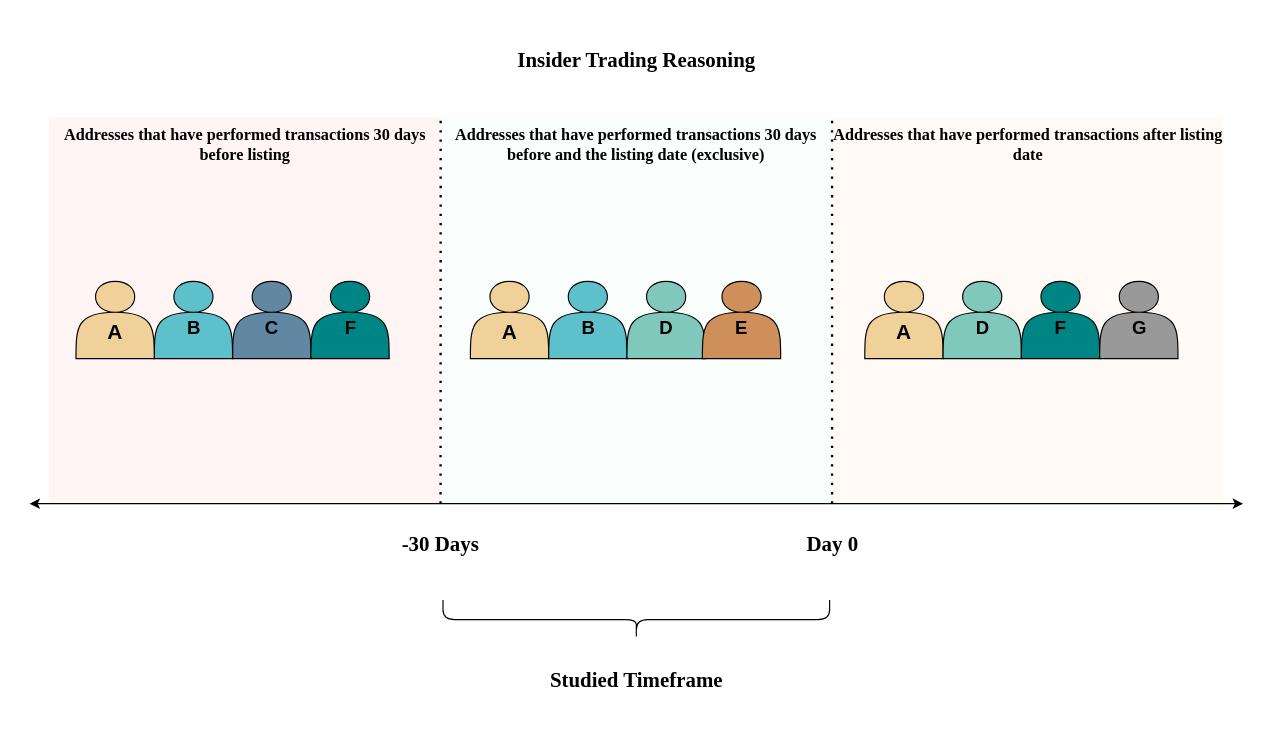
The draw.io diagram Diagrams/Insider Trading Reasoning.drawio in juancamilordg/Cryptocurrency, before the edit. Source tidied: cells renumbered, new cells numbered last; positions are measured from the earlier drawing's top-left corner, leaving out a move shared by most shapes. Both pictures are drawn from the tidied source at 116%, with x=0, y=0 at pixel (29, 20).
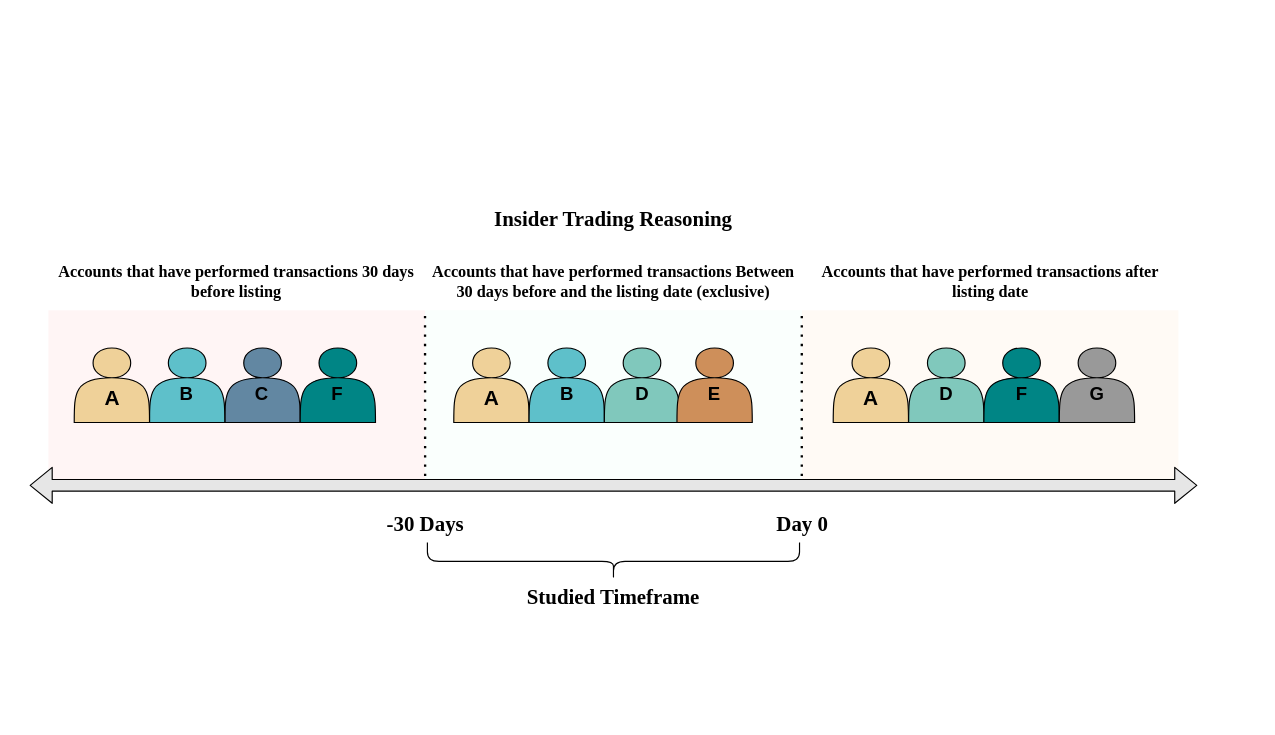
The same page after the edit.

What changed in the source:
```diff
@@
-    <mxCell id="2" style="group;" parent="1" vertex="1">
-      <mxGeometry width="1046.1" height="600" as="geometry" />
-    </mxCell>
-    <mxCell id="3" style="shape=ext;double=1;rounded=0;whiteSpace=wrap;html=1;fontFamily=Times New Roman;fontSize=18;fillColor=#FFFAF5;strokeColor=none;" parent="2" vertex="1">
-      <mxGeometry x="691.8" y="83.3" width="337.5" height="333.3" as="geometry" />
+    <mxCell id="3" style="shape=ext;double=1;rounded=0;whiteSpace=wrap;html=1;fontFamily=Times New Roman;fontSize=18;fillColor=#FFFAF5;strokeColor=none;" parent="1" vertex="1">
+      <mxGeometry x="665.7" y="250" width="324.7" height="150.9" as="geometry" />
     </mxCell>
-    <mxCell id="4" style="shape=ext;double=1;rounded=0;whiteSpace=wrap;html=1;fontFamily=Times New Roman;fontSize=18;fillColor=#FFF5F5;strokeColor=none;" parent="2" vertex="1">
-      <mxGeometry x="16.9" y="83.3" width="337.5" height="333.3" as="geometry" />
+    <mxCell id="4" style="shape=ext;double=1;rounded=0;whiteSpace=wrap;html=1;fontFamily=Times New Roman;fontSize=18;fillColor=#FFF5F5;strokeColor=none;" parent="1" vertex="1">
+      <mxGeometry x="16.2" y="250" width="324.7" height="150.9" as="geometry" />
     </mxCell>
-    <mxCell id="5" style="shape=ext;double=1;rounded=0;whiteSpace=wrap;html=1;fontFamily=Times New Roman;fontSize=18;fillColor=#FAFFFD;strokeColor=none;" parent="2" vertex="1">
-      <mxGeometry x="354.3" y="83.3" width="337.5" height="333.3" as="geometry" />
+    <mxCell id="5" style="shape=ext;double=1;rounded=0;whiteSpace=wrap;html=1;fontFamily=Times New Roman;fontSize=18;fillColor=#FAFFFD;strokeColor=none;" parent="1" vertex="1">
+      <mxGeometry x="341" y="250" width="324.7" height="150.9" as="geometry" />
     </mxCell>
-    <mxCell id="6" value="&lt;font style=&quot;font-size: 18px&quot; face=&quot;Times New Roman&quot;&gt;Insider Trading Reasoning&lt;/font&gt;" style="text;strokeColor=none;fillColor=none;html=1;fontSize=24;fontStyle=1;verticalAlign=middle;align=center;" parent="2" vertex="1">
-      <mxGeometry x="16.9" width="1012.4" height="66.7" as="geometry" />
+    <mxCell id="6" value="&lt;font style=&quot;font-size: 18px&quot; face=&quot;Times New Roman&quot;&gt;Insider Trading Reasoning&lt;/font&gt;" style="text;strokeColor=none;fillColor=none;html=1;fontSize=24;fontStyle=1;verticalAlign=middle;align=center;" parent="1" vertex="1">
+      <mxGeometry x="16.2" y="137.7" width="974.2" height="64.2" as="geometry" />
     </mxCell>
-    <mxCell id="7" value="&lt;font face=&quot;Times New Roman&quot;&gt;&lt;span style=&quot;font-size: 18px&quot;&gt;Day 0&lt;/span&gt;&lt;/font&gt;" style="text;strokeColor=none;fillColor=none;html=1;fontSize=24;fontStyle=1;verticalAlign=middle;align=center;" parent="2" vertex="1">
-      <mxGeometry x="607.4" y="416.7" width="168.7" height="66.7" as="geometry" />
+    <mxCell id="7" value="&lt;font face=&quot;Times New Roman&quot;&gt;&lt;span style=&quot;font-size: 18px&quot;&gt;Day 0&lt;/span&gt;&lt;/font&gt;" style="text;strokeColor=none;fillColor=none;html=1;fontSize=24;fontStyle=1;verticalAlign=middle;align=center;" parent="1" vertex="1">
+      <mxGeometry x="584.5" y="400.9" width="162.4" height="64.2" as="geometry" />
     </mxCell>
-    <mxCell id="8" style="endArrow=none;dashed=1;html=1;dashPattern=1 3;strokeWidth=2;fontFamily=Times New Roman;fontSize=18;entryX=0;entryY=0;entryDx=0;entryDy=0;" parent="2" edge="1" target="3">
+    <mxCell id="8" style="endArrow=none;dashed=1;html=1;dashPattern=1 3;strokeWidth=2;fontFamily=Times New Roman;fontSize=18;entryX=0;entryY=0;entryDx=0;entryDy=0;" parent="1" edge="1" target="3">
       <mxGeometry relative="1" as="geometry">
-        <mxPoint x="691.8" y="416.7" as="sourcePoint" />
+        <mxPoint x="665.7" y="400.9" as="sourcePoint" />
       </mxGeometry>
     </mxCell>
-    <mxCell id="9" style="endArrow=none;dashed=1;html=1;dashPattern=1 3;strokeWidth=2;fontFamily=Times New Roman;fontSize=18;entryX=1;entryY=0;entryDx=0;entryDy=0;" parent="2" edge="1" target="4">
+    <mxCell id="9" style="endArrow=none;dashed=1;html=1;dashPattern=1 3;strokeWidth=2;fontFamily=Times New Roman;fontSize=18;entryX=1;entryY=0;entryDx=0;entryDy=0;shadow=0;" parent="1" edge="1" target="4">
       <mxGeometry relative="1" as="geometry">
-        <mxPoint x="354.3" y="416.7" as="sourcePoint" />
+        <mxPoint x="341" y="400.9" as="sourcePoint" />
       </mxGeometry>
     </mxCell>
-    <mxCell id="10" value="&lt;font face=&quot;Times New Roman&quot;&gt;&lt;span style=&quot;font-size: 18px&quot;&gt;-30 Days&lt;/span&gt;&lt;/font&gt;" style="text;strokeColor=none;fillColor=none;html=1;fontSize=24;fontStyle=1;verticalAlign=middle;align=center;" parent="2" vertex="1">
-      <mxGeometry x="270" y="416.7" width="168.7" height="66.7" as="geometry" />
+    <mxCell id="10" value="&lt;font face=&quot;Times New Roman&quot;&gt;&lt;span style=&quot;font-size: 18px&quot;&gt;-30 Days&lt;/span&gt;&lt;/font&gt;" style="text;strokeColor=none;fillColor=none;html=1;fontSize=24;fontStyle=1;verticalAlign=middle;align=center;" parent="1" vertex="1">
+      <mxGeometry x="259.8" y="400.9" width="162.4" height="64.2" as="geometry" />
     </mxCell>
-    <mxCell id="11" style="shape=curlyBracket;whiteSpace=wrap;html=1;rounded=1;flipH=1;fontFamily=Times New Roman;fontSize=18;fillColor=#B3B3B3;rotation=90;" parent="2" vertex="1">
-      <mxGeometry x="506.2" y="350" width="33.7" height="333.3" as="geometry" />
+    <mxCell id="11" style="shape=curlyBracket;whiteSpace=wrap;html=1;rounded=1;flipH=1;fontFamily=Times New Roman;fontSize=18;fillColor=#B3B3B3;rotation=90;" parent="1" vertex="1">
+      <mxGeometry x="487.1" y="306" width="32.5" height="320.8" as="geometry" />
     </mxCell>
-    <mxCell id="12" value="&lt;font face=&quot;Times New Roman&quot;&gt;&lt;span style=&quot;font-size: 18px&quot;&gt;Studied Timeframe&lt;/span&gt;&lt;/font&gt;" style="text;strokeColor=none;fillColor=none;html=1;fontSize=24;fontStyle=1;verticalAlign=middle;align=center;" parent="2" vertex="1">
-      <mxGeometry x="438.7" y="533.3" width="168.7" height="66.7" as="geometry" />
+    <mxCell id="12" value="&lt;font face=&quot;Times New Roman&quot;&gt;&lt;span style=&quot;font-size: 18px&quot;&gt;Studied Timeframe&lt;/span&gt;&lt;/font&gt;" style="text;strokeColor=none;fillColor=none;html=1;fontSize=24;fontStyle=1;verticalAlign=middle;align=center;" parent="1" vertex="1">
+      <mxGeometry x="422.1" y="481.1" width="162.4" height="28.9" as="geometry" />
     </mxCell>
-    <mxCell id="13" style="endArrow=classic;startArrow=classic;html=1;fontFamily=Times New Roman;fontSize=18;" parent="2" edge="1">
+    <mxCell id="13" style="endArrow=classic;startArrow=classic;html=1;fontFamily=Times New Roman;fontSize=18;shape=flexArrow;fillColor=#E6E6E6;" parent="1" edge="1">
       <mxGeometry relative="1" as="geometry">
-        <mxPoint y="416.7" as="sourcePoint" />
-        <mxPoint x="1046.1" y="416.7" as="targetPoint" />
+        <mxPoint y="400.9" as="sourcePoint" />
+        <mxPoint x="1006.7" y="400.9" as="targetPoint" />
       </mxGeometry>
     </mxCell>
-    <mxCell id="14" value="&lt;span&gt;Addresses that have performed transactions 30 days before listing&lt;/span&gt;" style="text;html=1;strokeColor=none;fillColor=none;align=center;verticalAlign=middle;whiteSpace=wrap;rounded=0;fontFamily=Times New Roman;fontSize=14;fontStyle=1;" parent="2" vertex="1">
-      <mxGeometry x="16.9" y="83.3" width="337.5" height="50" as="geometry" />
+    <mxCell id="14" value="&lt;span&gt;Accounts that have performed transactions 30 days before listing&lt;/span&gt;" style="text;html=1;strokeColor=none;fillColor=none;align=center;verticalAlign=middle;whiteSpace=wrap;rounded=0;fontFamily=Times New Roman;fontSize=14;fontStyle=1;" parent="1" vertex="1">
+      <mxGeometry x="16.2" y="201.9" width="324.7" height="48.1" as="geometry" />
     </mxCell>
-    <mxCell id="15" value="&lt;span&gt;Addresses that have performed transactions after listing date&lt;/span&gt;" style="text;html=1;strokeColor=none;fillColor=none;align=center;verticalAlign=middle;whiteSpace=wrap;rounded=0;fontFamily=Times New Roman;fontSize=14;fontStyle=1;" parent="2" vertex="1">
-      <mxGeometry x="691.8" y="83.3" width="337.5" height="50" as="geometry" />
+    <mxCell id="15" value="&lt;span&gt;Accounts that have performed transactions after listing date&lt;/span&gt;" style="text;html=1;strokeColor=none;fillColor=none;align=center;verticalAlign=middle;whiteSpace=wrap;rounded=0;fontFamily=Times New Roman;fontSize=14;fontStyle=1;" parent="1" vertex="1">
+      <mxGeometry x="665.7" y="201.9" width="324.7" height="48.1" as="geometry" />
     </mxCell>
-    <mxCell id="16" value="&lt;span&gt;Addresses that have performed transactions 30 days before and the listing date (exclusive)&lt;/span&gt;" style="text;html=1;strokeColor=none;fillColor=none;align=center;verticalAlign=middle;whiteSpace=wrap;rounded=0;fontFamily=Times New Roman;fontSize=14;fontStyle=1;" parent="2" vertex="1">
-      <mxGeometry x="354.3" y="83.3" width="337.5" height="50" as="geometry" />
+    <mxCell id="16" value="&lt;span&gt;Accounts that have performed transactions Between 30 days before and the listing date (exclusive)&lt;/span&gt;" style="text;html=1;strokeColor=none;fillColor=none;align=center;verticalAlign=middle;whiteSpace=wrap;rounded=0;fontFamily=Times New Roman;fontSize=14;fontStyle=1;" parent="1" vertex="1">
+      <mxGeometry x="341" y="201.9" width="324.7" height="48.1" as="geometry" />
     </mxCell>
-    <mxCell id="17" value="&lt;br&gt;&lt;font size=&quot;3&quot;&gt;&lt;b&gt;C&lt;/b&gt;&lt;/font&gt;" style="shape=actor;whiteSpace=wrap;html=1;fillColor=#6287a2;" parent="2" vertex="1">
-      <mxGeometry x="175" y="225" width="67.5" height="66.7" as="geometry" />
+    <mxCell id="17" value="&lt;br&gt;&lt;font size=&quot;3&quot;&gt;&lt;b&gt;C&lt;/b&gt;&lt;/font&gt;" style="shape=actor;whiteSpace=wrap;html=1;fillColor=#6287a2;" parent="1" vertex="1">
+      <mxGeometry x="168.4" y="282.5" width="64.9" height="64.2" as="geometry" />
     </mxCell>
-    <mxCell id="18" value="&lt;br&gt;&lt;font size=&quot;3&quot;&gt;&lt;b&gt;B&lt;/b&gt;&lt;br&gt;&lt;/font&gt;" style="shape=actor;whiteSpace=wrap;html=1;fillColor=#5ec0ca;" parent="2" vertex="1">
-      <mxGeometry x="107.5" y="225" width="67.5" height="66.7" as="geometry" />
+    <mxCell id="18" value="&lt;br&gt;&lt;font size=&quot;3&quot;&gt;&lt;b&gt;B&lt;/b&gt;&lt;br&gt;&lt;/font&gt;" style="shape=actor;whiteSpace=wrap;html=1;fillColor=#5ec0ca;" parent="1" vertex="1">
+      <mxGeometry x="103.4" y="282.5" width="64.9" height="64.2" as="geometry" />
     </mxCell>
-    <mxCell id="19" value="&lt;font style=&quot;font-size: 18px&quot;&gt;&lt;b&gt;&lt;br&gt;A&lt;/b&gt;&lt;/font&gt;" style="shape=actor;whiteSpace=wrap;html=1;fillColor=#efd199;" parent="2" vertex="1">
-      <mxGeometry x="40" y="225" width="67.5" height="66.7" as="geometry" />
+    <mxCell id="19" value="&lt;font style=&quot;font-size: 18px&quot;&gt;&lt;b&gt;&lt;br&gt;A&lt;/b&gt;&lt;/font&gt;" style="shape=actor;whiteSpace=wrap;html=1;fillColor=#efd199;" parent="1" vertex="1">
+      <mxGeometry x="38.5" y="282.5" width="64.9" height="64.2" as="geometry" />
     </mxCell>
-    <mxCell id="20" value="&lt;font style=&quot;font-size: 18px&quot;&gt;&lt;b&gt;&lt;br&gt;A&lt;/b&gt;&lt;/font&gt;" style="shape=actor;whiteSpace=wrap;html=1;fillColor=#efd199;" parent="2" vertex="1">
-      <mxGeometry x="380" y="225" width="67.5" height="66.7" as="geometry" />
+    <mxCell id="20" value="&lt;font style=&quot;font-size: 18px&quot;&gt;&lt;b&gt;&lt;br&gt;A&lt;/b&gt;&lt;/font&gt;" style="shape=actor;whiteSpace=wrap;html=1;fillColor=#efd199;" parent="1" vertex="1">
+      <mxGeometry x="365.7" y="282.5" width="64.9" height="64.2" as="geometry" />
     </mxCell>
-    <mxCell id="21" value="&lt;font style=&quot;font-size: 18px&quot;&gt;&lt;b&gt;&lt;br&gt;A&lt;/b&gt;&lt;/font&gt;" style="shape=actor;whiteSpace=wrap;html=1;fillColor=#efd199;" parent="2" vertex="1">
-      <mxGeometry x="720" y="225" width="67.5" height="66.7" as="geometry" />
+    <mxCell id="21" value="&lt;font style=&quot;font-size: 18px&quot;&gt;&lt;b&gt;&lt;br&gt;A&lt;/b&gt;&lt;/font&gt;" style="shape=actor;whiteSpace=wrap;html=1;fillColor=#efd199;" parent="1" vertex="1">
+      <mxGeometry x="692.8" y="282.5" width="64.9" height="64.2" as="geometry" />
     </mxCell>
-    <mxCell id="22" value="&lt;br&gt;&lt;font size=&quot;3&quot;&gt;&lt;b&gt;B&lt;/b&gt;&lt;br&gt;&lt;/font&gt;" style="shape=actor;whiteSpace=wrap;html=1;fillColor=#5ec0ca;" parent="2" vertex="1">
-      <mxGeometry x="447.5" y="225" width="67.5" height="66.7" as="geometry" />
+    <mxCell id="22" value="&lt;br&gt;&lt;font size=&quot;3&quot;&gt;&lt;b&gt;B&lt;/b&gt;&lt;br&gt;&lt;/font&gt;" style="shape=actor;whiteSpace=wrap;html=1;fillColor=#5ec0ca;" parent="1" vertex="1">
+      <mxGeometry x="430.6" y="282.5" width="64.9" height="64.2" as="geometry" />
     </mxCell>
-    <mxCell id="23" value="&lt;br&gt;&lt;font size=&quot;3&quot;&gt;&lt;b&gt;D&lt;/b&gt;&lt;/font&gt;" style="shape=actor;whiteSpace=wrap;html=1;fillColor=#80c8bc;" parent="2" vertex="1">
-      <mxGeometry x="515" y="225" width="67.5" height="66.7" as="geometry" />
+    <mxCell id="23" value="&lt;br&gt;&lt;font size=&quot;3&quot;&gt;&lt;b&gt;D&lt;/b&gt;&lt;/font&gt;" style="shape=actor;whiteSpace=wrap;html=1;fillColor=#80c8bc;" parent="1" vertex="1">
+      <mxGeometry x="495.5" y="282.5" width="64.9" height="64.2" as="geometry" />
     </mxCell>
-    <mxCell id="24" value="&lt;br&gt;&lt;font size=&quot;3&quot;&gt;&lt;b&gt;D&lt;/b&gt;&lt;/font&gt;" style="shape=actor;whiteSpace=wrap;html=1;fillColor=#80c8bc;" parent="2" vertex="1">
-      <mxGeometry x="787.5" y="225" width="67.5" height="66.7" as="geometry" />
+    <mxCell id="24" value="&lt;br&gt;&lt;font size=&quot;3&quot;&gt;&lt;b&gt;D&lt;/b&gt;&lt;/font&gt;" style="shape=actor;whiteSpace=wrap;html=1;fillColor=#80c8bc;" parent="1" vertex="1">
+      <mxGeometry x="757.8" y="282.5" width="64.9" height="64.2" as="geometry" />
     </mxCell>
-    <mxCell id="25" value="&lt;br&gt;&lt;font size=&quot;3&quot;&gt;&lt;b&gt;F&lt;/b&gt;&lt;/font&gt;" style="shape=actor;whiteSpace=wrap;html=1;fillColor=#008585;" parent="2" vertex="1">
-      <mxGeometry x="855" y="225" width="67.5" height="66.7" as="geometry" />
+    <mxCell id="25" value="&lt;br&gt;&lt;font size=&quot;3&quot;&gt;&lt;b&gt;F&lt;/b&gt;&lt;/font&gt;" style="shape=actor;whiteSpace=wrap;html=1;fillColor=#008585;" parent="1" vertex="1">
+      <mxGeometry x="822.7" y="282.5" width="64.9" height="64.2" as="geometry" />
     </mxCell>
-    <mxCell id="26" value="&lt;br&gt;&lt;font size=&quot;3&quot;&gt;&lt;b&gt;E&lt;/b&gt;&lt;/font&gt;" style="shape=actor;whiteSpace=wrap;html=1;fillColor=#ce8f5a;" parent="2" vertex="1">
-      <mxGeometry x="580" y="225" width="67.5" height="66.7" as="geometry" />
+    <mxCell id="26" value="&lt;br&gt;&lt;font size=&quot;3&quot;&gt;&lt;b&gt;E&lt;/b&gt;&lt;/font&gt;" style="shape=actor;whiteSpace=wrap;html=1;fillColor=#ce8f5a;" parent="1" vertex="1">
+      <mxGeometry x="558.1" y="282.5" width="64.9" height="64.2" as="geometry" />
     </mxCell>
-    <mxCell id="27" value="&lt;br&gt;&lt;font size=&quot;3&quot;&gt;&lt;b&gt;G&lt;/b&gt;&lt;/font&gt;" style="shape=actor;whiteSpace=wrap;html=1;fillColor=#999999;" parent="2" vertex="1">
-      <mxGeometry x="922.5" y="225" width="67.5" height="66.7" as="geometry" />
+    <mxCell id="27" value="&lt;br&gt;&lt;font size=&quot;3&quot;&gt;&lt;b&gt;G&lt;/b&gt;&lt;/font&gt;" style="shape=actor;whiteSpace=wrap;html=1;fillColor=#999999;" parent="1" vertex="1">
+      <mxGeometry x="887.7" y="282.5" width="64.9" height="64.2" as="geometry" />
     </mxCell>
-    <mxCell id="28" value="&lt;br&gt;&lt;font size=&quot;3&quot;&gt;&lt;b&gt;F&lt;/b&gt;&lt;/font&gt;" style="shape=actor;whiteSpace=wrap;html=1;fillColor=#008585;" parent="2" vertex="1">
-      <mxGeometry x="242.5" y="225" width="67.5" height="66.7" as="geometry" />
+    <mxCell id="28" value="&lt;br&gt;&lt;font size=&quot;3&quot;&gt;&lt;b&gt;F&lt;/b&gt;&lt;/font&gt;" style="shape=actor;whiteSpace=wrap;html=1;fillColor=#008585;" parent="1" vertex="1">
+      <mxGeometry x="233.3" y="282.5" width="64.9" height="64.2" as="geometry" />
     </mxCell>
```
